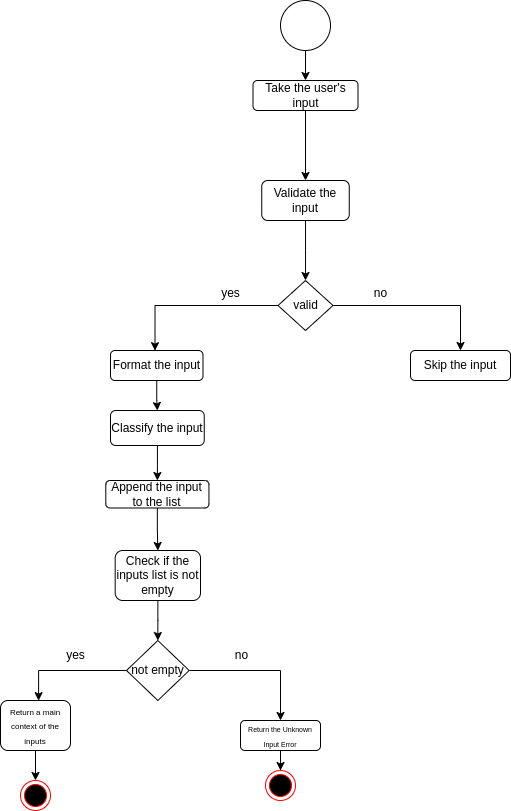
John321Blacksmith/tesla keeps this draw.io diagram as plan/processing_view.png. Above is the earlier version. Source tidied: cells renumbered, new cells last; positions are measured from the earlier drawing's top-left corner, leaving out a move shared by most shapes.
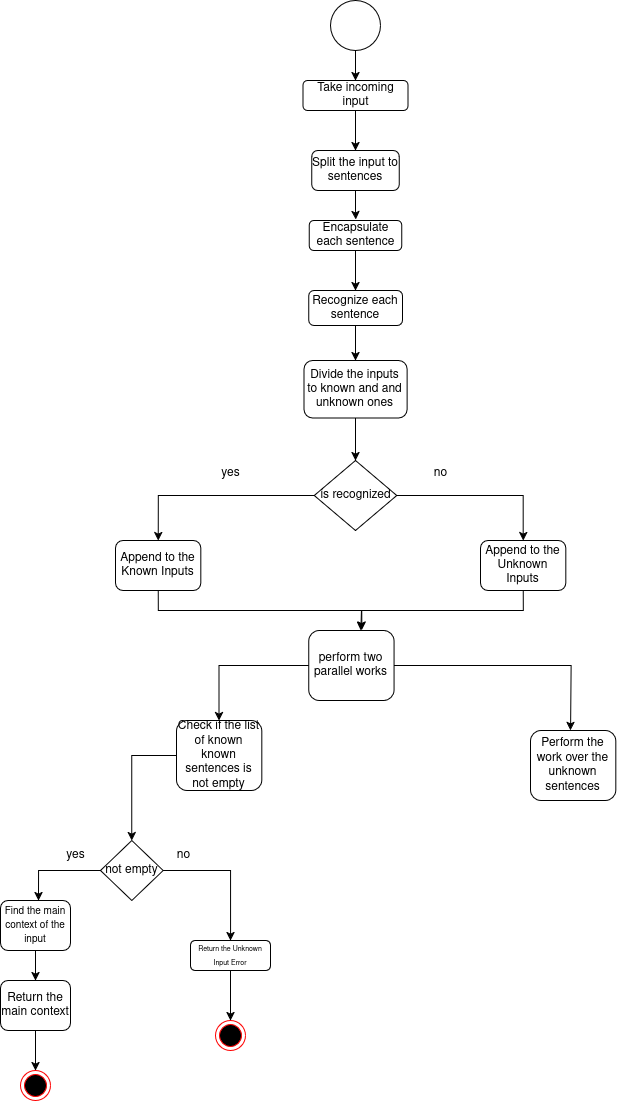
The same diagram one commit later.

Change to the diagram source:
```diff
@@ -5,7 +5,7 @@
     <mxCell id="2" style="edgeStyle=orthogonalEdgeStyle;rounded=0;jettySize=auto;html=1;entryX=0.5;entryY=0;entryDx=0;entryDy=0;" parent="1" edge="1" source="3" target="9">
       <mxGeometry relative="1" as="geometry" />
     </mxCell>
-    <mxCell id="3" value="Take the user's input" style="rounded=1;whiteSpace=wrap;html=1;" parent="1" vertex="1">
+    <mxCell id="3" value="Take incoming input" style="rounded=1;whiteSpace=wrap;html=1;" parent="1" vertex="1">
       <mxGeometry x="252.5" y="80" width="105" height="30" as="geometry" />
     </mxCell>
     <mxCell id="4" style="edgeStyle=orthogonalEdgeStyle;rounded=0;jettySize=auto;html=1;" parent="1" edge="1" source="5" target="3">
@@ -14,86 +14,117 @@
     <mxCell id="5" style="ellipse;whiteSpace=wrap;html=1;" parent="1" vertex="1">
       <mxGeometry x="280" width="50" height="50" as="geometry" />
     </mxCell>
-    <mxCell id="6" style="edgeStyle=orthogonalEdgeStyle;rounded=0;jettySize=auto;html=1;" parent="1" edge="1" source="7" target="15">
+    <mxCell id="6" style="edgeStyle=orthogonalEdgeStyle;rounded=0;jettySize=auto;html=1;entryX=0.5;entryY=0;entryDx=0;entryDy=0;" parent="1" edge="1" source="7" target="15">
       <mxGeometry relative="1" as="geometry" />
     </mxCell>
-    <mxCell id="7" value="Format the input" style="rounded=1;whiteSpace=wrap;html=1;" parent="1" vertex="1">
-      <mxGeometry x="110" y="350" width="92.5" height="30" as="geometry" />
+    <mxCell id="7" value="Encapsulate each sentence" style="rounded=1;whiteSpace=wrap;html=1;" parent="1" vertex="1">
+      <mxGeometry x="258.8" y="220" width="92.5" height="30" as="geometry" />
     </mxCell>
-    <mxCell id="8" style="edgeStyle=orthogonalEdgeStyle;rounded=0;jettySize=auto;html=1;entryX=0.5;entryY=0;entryDx=0;entryDy=0;" parent="1" edge="1" source="9" target="11">
-      <mxGeometry relative="1" as="geometry" />
-    </mxCell>
+    <mxCell id="33" style="edgeStyle=orthogonalEdgeStyle;rounded=0;jettySize=auto;html=1;entryX=0.504;entryY=-0.031;entryDx=0;entryDy=0;entryPerimeter=0;" parent="1" edge="1" source="9" target="7">
+      <mxGeometry relative="1" as="geometry" />
+    </mxCell>
-    <mxCell id="9" value="Validate the input" style="whiteSpace=wrap;html=1;rounded=1;" parent="1" vertex="1">
-      <mxGeometry x="261.2" y="180" width="87.5" height="40" as="geometry" />
+    <mxCell id="9" value="Split the input to sentences" style="whiteSpace=wrap;html=1;rounded=1;" parent="1" vertex="1">
+      <mxGeometry x="261.2" y="150" width="87.5" height="40" as="geometry" />
     </mxCell>
-    <mxCell id="10" style="edgeStyle=orthogonalEdgeStyle;rounded=0;jettySize=auto;html=1;entryX=0.5;entryY=0;entryDx=0;entryDy=0;" parent="1" edge="1" source="11" target="31">
-      <mxGeometry relative="1" as="geometry" />
-    </mxCell>
-    <mxCell id="11" value="valid" style="rhombus;whiteSpace=wrap;html=1;rounded=1;arcSize=0;" parent="1" vertex="1">
-      <mxGeometry x="277.5" y="280" width="55" height="50" as="geometry" />
+    <mxCell id="11" value="is recognized" style="rhombus;whiteSpace=wrap;html=1;rounded=1;arcSize=0;" parent="1" vertex="1">
+      <mxGeometry x="263.8" y="460" width="82.5" height="70" as="geometry" />
     </mxCell>
-    <mxCell id="12" style="edgeStyle=orthogonalEdgeStyle;rounded=0;jettySize=auto;html=1;entryX=0.481;entryY=0.006;entryDx=0;entryDy=0;entryPerimeter=0;" parent="1" edge="1" source="11" target="7">
-      <mxGeometry relative="1" as="geometry" />
-    </mxCell>
-    <mxCell id="13" value="yes" style="text;html=1;align=center;verticalAlign=middle;strokeColor=none;fillColor=none;" parent="1" vertex="1">
-      <mxGeometry x="210" y="278" width="40" height="30" as="geometry" />
-    </mxCell>
     <mxCell id="14" style="edgeStyle=orthogonalEdgeStyle;rounded=0;jettySize=auto;html=1;" parent="1" edge="1" source="15" target="17">
       <mxGeometry relative="1" as="geometry" />
     </mxCell>
-    <mxCell id="15" value="Classify the input" style="whiteSpace=wrap;html=1;rounded=1;" parent="1" vertex="1">
-      <mxGeometry x="110" y="410" width="93.8" height="35" as="geometry" />
+    <mxCell id="15" value="Recognize each sentence" style="whiteSpace=wrap;html=1;rounded=1;" parent="1" vertex="1">
+      <mxGeometry x="258.1" y="290" width="93.8" height="35" as="geometry" />
     </mxCell>
-    <mxCell id="16" style="edgeStyle=orthogonalEdgeStyle;rounded=0;jettySize=auto;html=1;" parent="1" edge="1" source="17" target="19">
-      <mxGeometry relative="1" as="geometry" />
-    </mxCell>
+    <mxCell id="34" style="edgeStyle=orthogonalEdgeStyle;rounded=0;jettySize=auto;html=1;" parent="1" edge="1" source="17" target="11">
+      <mxGeometry relative="1" as="geometry" />
+    </mxCell>
-    <mxCell id="17" value="Append the input to the list" style="whiteSpace=wrap;html=1;rounded=1;" parent="1" vertex="1">
-      <mxGeometry x="105.3" y="480" width="103.1" height="27.5" as="geometry" />
+    <mxCell id="17" value="Divide the inputs to known and and unknown ones" style="whiteSpace=wrap;html=1;rounded=1;" parent="1" vertex="1">
+      <mxGeometry x="253.4" y="360" width="103.1" height="57.5" as="geometry" />
     </mxCell>
     <mxCell id="18" style="edgeStyle=orthogonalEdgeStyle;rounded=0;jettySize=auto;html=1;" parent="1" edge="1" source="19" target="21">
       <mxGeometry relative="1" as="geometry" />
     </mxCell>
-    <mxCell id="19" value="Check if the inputs list is not empty" style="whiteSpace=wrap;html=1;rounded=1;" parent="1" vertex="1">
-      <mxGeometry x="114.7" y="550" width="85.3" height="50" as="geometry" />
+    <mxCell id="19" value="Check if the list of known known sentences is not empty" style="whiteSpace=wrap;html=1;rounded=1;" parent="1" vertex="1">
+      <mxGeometry x="125.9" y="720" width="85.3" height="70" as="geometry" />
     </mxCell>
     <mxCell id="20" style="edgeStyle=orthogonalEdgeStyle;rounded=0;jettySize=auto;html=1;entryX=0.5;entryY=0;entryDx=0;entryDy=0;" parent="1" edge="1" source="21" target="27">
       <mxGeometry relative="1" as="geometry" />
     </mxCell>
     <mxCell id="21" value="not empty" style="rhombus;whiteSpace=wrap;html=1;rounded=1;arcSize=0;" parent="1" vertex="1">
-      <mxGeometry x="126" y="640" width="62.7" height="60" as="geometry" />
+      <mxGeometry x="50" y="840" width="62.7" height="60" as="geometry" />
     </mxCell>
-    <mxCell id="22" style="edgeStyle=orthogonalEdgeStyle;rounded=0;jettySize=auto;html=1;" parent="1" edge="1" source="23" target="30">
-      <mxGeometry relative="1" as="geometry" />
-    </mxCell>
+    <mxCell id="35" style="edgeStyle=orthogonalEdgeStyle;rounded=0;jettySize=auto;html=1;" parent="1" edge="1" source="23" target="43">
+      <mxGeometry relative="1" as="geometry" />
+    </mxCell>
-    <mxCell id="23" value="&lt;font style=&quot;font-size: 8px;&quot;&gt;Return a main context of the inputs&lt;/font&gt;" style="rounded=1;whiteSpace=wrap;html=1;" parent="1" vertex="1">
-      <mxGeometry y="700" width="70" height="50" as="geometry" />
+    <mxCell id="23" value="&lt;font style=&quot;font-size: 10px;&quot;&gt;Find the main context of the input&lt;br&gt;&lt;/font&gt;" style="rounded=1;whiteSpace=wrap;html=1;" parent="1" vertex="1">
+      <mxGeometry x="-50" y="900" width="70" height="50" as="geometry" />
     </mxCell>
     <mxCell id="24" style="edgeStyle=orthogonalEdgeStyle;rounded=0;jettySize=auto;html=1;entryX=0.544;entryY=0.003;entryDx=0;entryDy=0;entryPerimeter=0;" parent="1" edge="1" source="21" target="23">
       <mxGeometry relative="1" as="geometry" />
     </mxCell>
     <mxCell id="25" value="yes" style="text;html=1;align=center;verticalAlign=middle;strokeColor=none;fillColor=none;" parent="1" vertex="1">
-      <mxGeometry x="55" y="640" width="40" height="30" as="geometry" />
+      <mxGeometry x="5" y="840" width="40" height="30" as="geometry" />
     </mxCell>
     <mxCell id="26" style="edgeStyle=orthogonalEdgeStyle;rounded=0;jettySize=auto;html=1;" parent="1" edge="1" source="27" target="29">
       <mxGeometry relative="1" as="geometry" />
     </mxCell>
     <mxCell id="27" value="&lt;font style=&quot;font-size: 7px;&quot;&gt;Return the Unknown Input Error&lt;/font&gt;" style="rounded=1;whiteSpace=wrap;html=1;" parent="1" vertex="1">
-      <mxGeometry x="240" y="720" width="80" height="30" as="geometry" />
+      <mxGeometry x="140" y="940" width="80" height="30" as="geometry" />
     </mxCell>
     <mxCell id="28" value="no" style="text;html=1;align=center;verticalAlign=middle;strokeColor=none;fillColor=none;" parent="1" vertex="1">
-      <mxGeometry x="221.2" y="640" width="40" height="30" as="geometry" />
+      <mxGeometry x="112.7" y="840" width="40" height="30" as="geometry" />
     </mxCell>
     <mxCell id="29" style="ellipse;html=1;shape=endState;fillColor=#000000;strokeColor=#ff0000;" parent="1" vertex="1">
-      <mxGeometry x="265" y="770" width="30" height="30" as="geometry" />
+      <mxGeometry x="165" y="1020" width="30" height="30" as="geometry" />
     </mxCell>
     <mxCell id="30" style="ellipse;html=1;shape=endState;fillColor=#000000;strokeColor=#ff0000;" parent="1" vertex="1">
-      <mxGeometry x="20" y="780" width="30" height="30" as="geometry" />
+      <mxGeometry x="-30" y="1070" width="30" height="30" as="geometry" />
     </mxCell>
-    <mxCell id="31" value="Skip the input" style="rounded=1;whiteSpace=wrap;html=1;" parent="1" vertex="1">
-      <mxGeometry x="410" y="350" width="100" height="30" as="geometry" />
-    </mxCell>
+    <mxCell id="36" value="Append to the Known Inputs" style="whiteSpace=wrap;html=1;rounded=1;" parent="1" vertex="1">
+      <mxGeometry x="65" y="540" width="85.3" height="50" as="geometry" />
+    </mxCell>
+    <mxCell id="37" value="Append to the Unknown Inputs" style="whiteSpace=wrap;html=1;rounded=1;" parent="1" vertex="1">
+      <mxGeometry x="430" y="540" width="85.3" height="50" as="geometry" />
+    </mxCell>
+    <mxCell id="38" style="edgeStyle=orthogonalEdgeStyle;rounded=0;jettySize=auto;html=1;exitX=0;exitY=0.5;exitDx=0;exitDy=0;entryX=0.5;entryY=0;entryDx=0;entryDy=0;" parent="1" edge="1" source="11" target="36">
+      <mxGeometry relative="1" as="geometry" />
+    </mxCell>
+    <mxCell id="39" style="edgeStyle=orthogonalEdgeStyle;rounded=0;jettySize=auto;html=1;exitX=1;exitY=0.5;exitDx=0;exitDy=0;entryX=0.5;entryY=0;entryDx=0;entryDy=0;" parent="1" edge="1" source="11" target="37">
+      <mxGeometry relative="1" as="geometry" />
+    </mxCell>
+    <mxCell id="40" style="edgeStyle=orthogonalEdgeStyle;rounded=0;jettySize=auto;html=1;entryX=0.5;entryY=0;entryDx=0;entryDy=0;" parent="1" edge="1" source="41" target="19">
+      <mxGeometry relative="1" as="geometry" />
+    </mxCell>
+    <mxCell id="41" value="perform two parallel works" style="whiteSpace=wrap;html=1;rounded=1;" parent="1" vertex="1">
+      <mxGeometry x="258.1" y="630" width="85.3" height="70" as="geometry" />
+    </mxCell>
+    <mxCell id="42" style="edgeStyle=orthogonalEdgeStyle;rounded=0;jettySize=auto;html=1;" parent="1" edge="1" source="43" target="30">
+      <mxGeometry relative="1" as="geometry" />
+    </mxCell>
+    <mxCell id="43" value="Return the main context" style="rounded=1;whiteSpace=wrap;html=1;" parent="1" vertex="1">
+      <mxGeometry x="-50" y="980" width="70" height="50" as="geometry" />
+    </mxCell>
     <mxCell id="32" value="no" style="text;html=1;align=center;verticalAlign=middle;strokeColor=none;fillColor=none;" parent="1" vertex="1">
-      <mxGeometry x="360" y="278" width="40" height="30" as="geometry" />
+      <mxGeometry x="370" y="458" width="40" height="30" as="geometry" />
     </mxCell>
+    <mxCell id="13" value="yes" style="text;html=1;align=center;verticalAlign=middle;strokeColor=none;fillColor=none;" parent="1" vertex="1">
+      <mxGeometry x="160" y="458" width="40" height="30" as="geometry" />
+    </mxCell>
+    <mxCell id="44" style="edgeStyle=orthogonalEdgeStyle;rounded=0;jettySize=auto;html=1;exitX=0.5;exitY=1;exitDx=0;exitDy=0;entryX=0.622;entryY=-0.007;entryDx=0;entryDy=0;entryPerimeter=0;" parent="1" edge="1" source="37" target="41">
+      <mxGeometry relative="1" as="geometry" />
+    </mxCell>
+    <mxCell id="45" style="edgeStyle=orthogonalEdgeStyle;rounded=0;jettySize=auto;html=1;exitX=0.5;exitY=1;exitDx=0;exitDy=0;entryX=0.5;entryY=0;entryDx=0;entryDy=0;" parent="1" edge="1" source="36">
+      <mxGeometry relative="1" as="geometry">
+        <mxPoint x="310.3" y="630" as="targetPoint" />
+      </mxGeometry>
+    </mxCell>
+    <mxCell id="46" style="edgeStyle=orthogonalEdgeStyle;rounded=0;jettySize=auto;html=1;exitX=1;exitY=0.5;exitDx=0;exitDy=0;" parent="1" edge="1" source="41">
+      <mxGeometry relative="1" as="geometry">
+        <mxPoint x="520" y="730" as="targetPoint" />
+      </mxGeometry>
+    </mxCell>
+    <mxCell id="47" value="Perform the work over the unknown sentences" style="whiteSpace=wrap;html=1;rounded=1;" parent="1" vertex="1">
+      <mxGeometry x="480" y="730" width="85.3" height="70" as="geometry" />
+    </mxCell>
   </root>
 </mxGraphModel>
```
